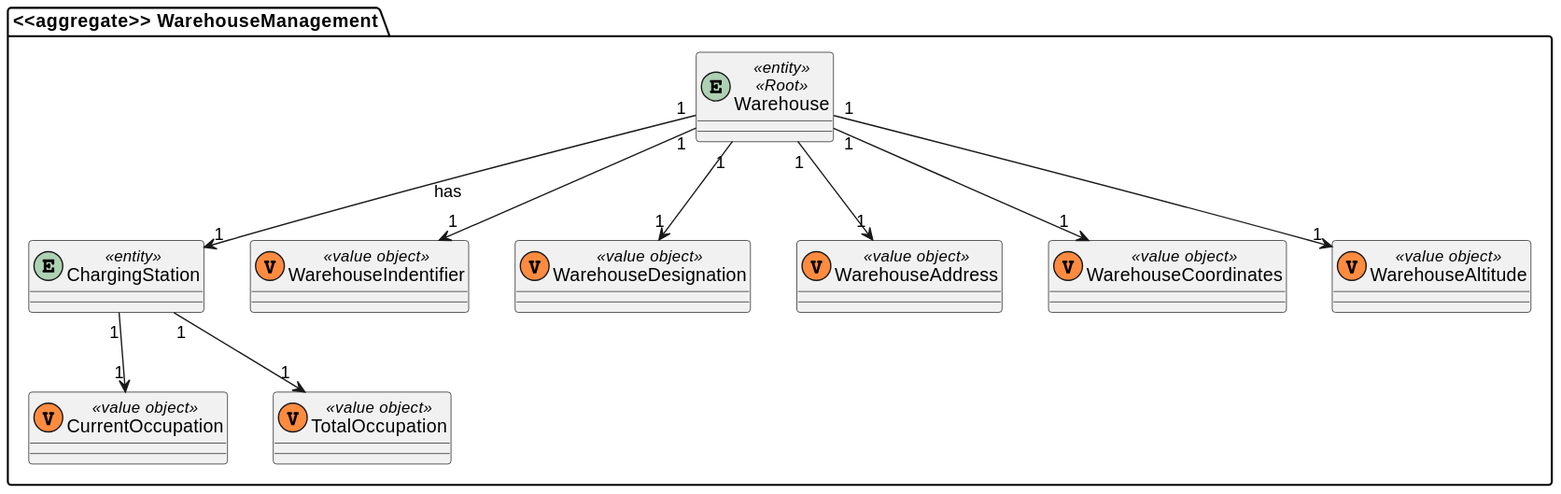
Above: Documents/1200720/US3111a/resources/DM_US3111a.svg in 0franciscor/dei_3dj_057 (PlantUML), before the change.
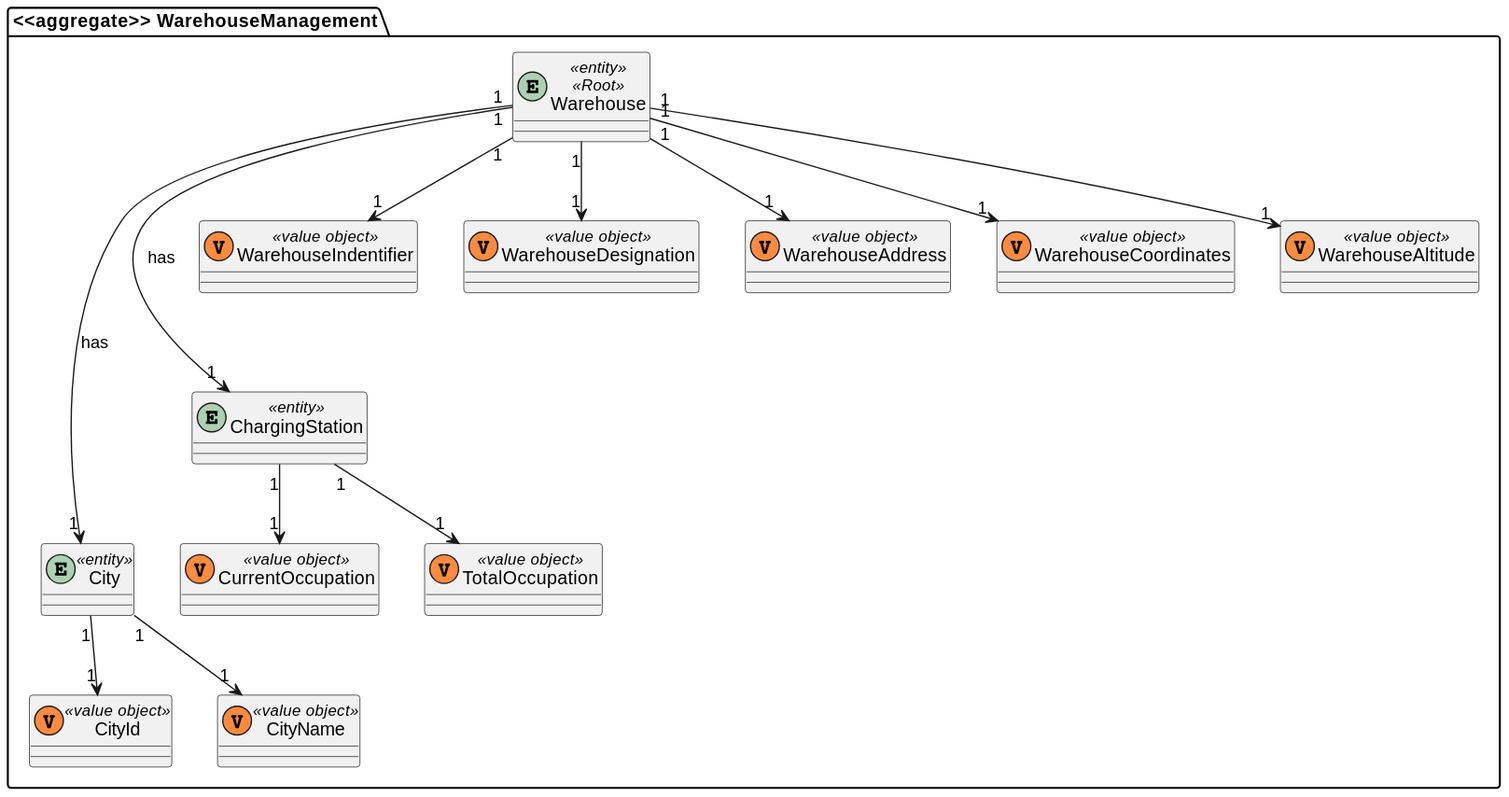
After the change.

Commit message:
#111 - Alteração da documentação para suportar a nova entidade Cidade.

Diff of the diagram source:
```diff
@@ -4,7 +4,7 @@
 
 package "<<aggregate>> WarehouseManagement"{
   entity Warehouse
-
+  entity City
   entity ChargingStation
   class WarehouseIndentifier
   class WarehouseDesignation
@@ -13,6 +13,8 @@
   class CurrentOccupation
   class TotalOccupation
   class WarehouseAltitude
+  class CityId
+  class CityName
 
 }
 
@@ -29,7 +31,12 @@
 class CurrentOccupation <<(V,#FF8B40) value object>>
 class TotalOccupation <<(V,#FF8B40) value object>>
 
-Warehouse "1" --> "1" ChargingStation: has
+entity City <<entity>>
+class CityId <<(V,#FF8B40) value object>>
+class CityName <<(V,#FF8B40) value object>>
+
+Warehouse "1" ---> "1" ChargingStation: has
+Warehouse "1" ----> "1" City : has
 
 Warehouse "1" --> "1" WarehouseIndentifier
 Warehouse "1" --> "1" WarehouseDesignation
@@ -41,4 +48,7 @@
 ChargingStation "1" --> "1" CurrentOccupation
 ChargingStation "1" --> "1" TotalOccupation
 
+City "1" --> "1" CityId
+City "1" --> "1" CityName
+
 @enduml
```
